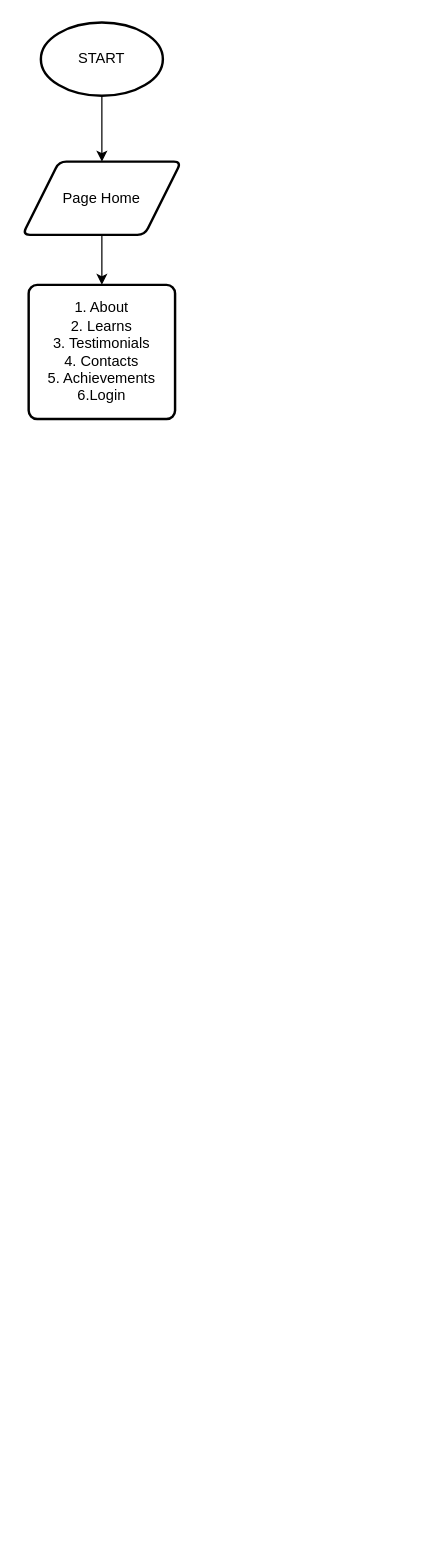
Earlier version of the draw.io diagram Syntax-Web.drawio (dapzz-id/DrawIO). Source tidied: cells renumbered, new cells numbered last; positions are measured from the earlier drawing's top-left corner, leaving out a move shared by most shapes. Both pictures are drawn from the tidied source at 122%, with x=0, y=0 at pixel (22, 22).
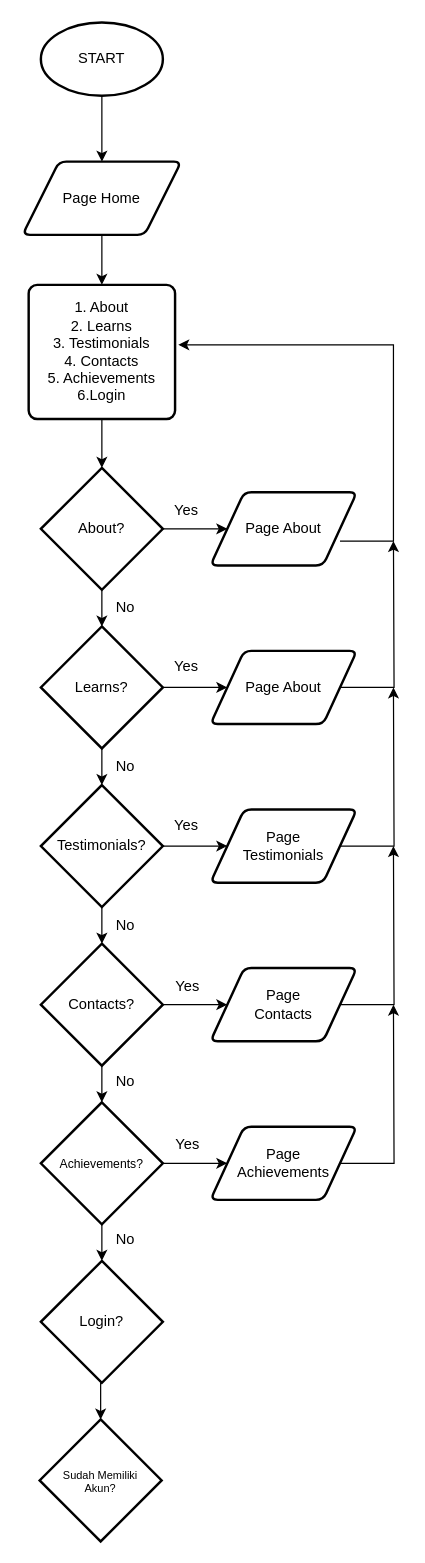
The same page after the edit.

The change refers to these unchanged cells:
```xml
<mxCell id="6" value="1. About&lt;div&gt;2. Learns&lt;/div&gt;&lt;div&gt;3. Testimonials&lt;/div&gt;&lt;div&gt;4. Contacts&lt;/div&gt;&lt;div&gt;5. Achievements&lt;/div&gt;&lt;div&gt;6.Login&lt;/div&gt;" style="rounded=1;whiteSpace=wrap;html=1;absoluteArcSize=1;arcSize=14;strokeWidth=2;" parent="1" vertex="1">
  <mxGeometry x="5" y="215" width="120" height="110" as="geometry" />
</mxCell>
```

Diff of the diagram source:
```diff
@@
+    <mxCell id="7" style="edgeStyle=orthogonalEdgeStyle;rounded=0;jettySize=auto;html=1;" parent="1" edge="1" source="6" target="10">
+      <mxGeometry relative="1" as="geometry" />
+    </mxCell>
@@
+    <mxCell id="8" style="edgeStyle=orthogonalEdgeStyle;rounded=0;jettySize=auto;html=1;" parent="1" edge="1" source="10" target="13">
+      <mxGeometry relative="1" as="geometry" />
+    </mxCell>
+    <mxCell id="9" style="edgeStyle=orthogonalEdgeStyle;rounded=0;jettySize=auto;html=1;exitX=1;exitY=0.5;exitDx=0;exitDy=0;exitPerimeter=0;entryX=0;entryY=0.5;entryDx=0;entryDy=0;" parent="1" edge="1" source="10" target="29">
+      <mxGeometry relative="1" as="geometry" />
+    </mxCell>
+    <mxCell id="10" value="About?" style="strokeWidth=2;html=1;shape=mxgraph.flowchart.decision;whiteSpace=wrap;" parent="1" vertex="1">
+      <mxGeometry x="15" y="365" width="100" height="100" as="geometry" />
+    </mxCell>
+    <mxCell id="11" style="edgeStyle=orthogonalEdgeStyle;rounded=0;jettySize=auto;html=1;" parent="1" edge="1" source="13" target="17">
+      <mxGeometry relative="1" as="geometry" />
+    </mxCell>
+    <mxCell id="12" style="edgeStyle=orthogonalEdgeStyle;rounded=0;jettySize=auto;html=1;exitX=1;exitY=0.5;exitDx=0;exitDy=0;exitPerimeter=0;entryX=0;entryY=0.5;entryDx=0;entryDy=0;" parent="1" edge="1" source="13" target="32">
+      <mxGeometry relative="1" as="geometry" />
+    </mxCell>
+    <mxCell id="13" value="Learns?" style="strokeWidth=2;html=1;shape=mxgraph.flowchart.decision;whiteSpace=wrap;" parent="1" vertex="1">
+      <mxGeometry x="15" y="495" width="100" height="100" as="geometry" />
+    </mxCell>
+    <mxCell id="14" value="No" style="text;html=1;align=center;verticalAlign=middle;strokeColor=none;fillColor=none;" parent="1" vertex="1">
+      <mxGeometry x="64" y="465" width="40" height="30" as="geometry" />
+    </mxCell>
+    <mxCell id="15" style="edgeStyle=orthogonalEdgeStyle;rounded=0;jettySize=auto;html=1;" parent="1" edge="1" source="17" target="21">
+      <mxGeometry relative="1" as="geometry" />
+    </mxCell>
+    <mxCell id="16" style="edgeStyle=orthogonalEdgeStyle;rounded=0;jettySize=auto;html=1;exitX=1;exitY=0.5;exitDx=0;exitDy=0;exitPerimeter=0;entryX=0;entryY=0.5;entryDx=0;entryDy=0;" parent="1" edge="1" source="17" target="34">
+      <mxGeometry relative="1" as="geometry" />
+    </mxCell>
+    <mxCell id="17" value="Testimonials?" style="strokeWidth=2;html=1;shape=mxgraph.flowchart.decision;whiteSpace=wrap;" parent="1" vertex="1">
+      <mxGeometry x="15" y="625" width="100" height="100" as="geometry" />
+    </mxCell>
+    <mxCell id="18" value="No" style="text;html=1;align=center;verticalAlign=middle;strokeColor=none;fillColor=none;" parent="1" vertex="1">
+      <mxGeometry x="64" y="595" width="40" height="30" as="geometry" />
+    </mxCell>
+    <mxCell id="19" style="edgeStyle=orthogonalEdgeStyle;rounded=0;jettySize=auto;html=1;" parent="1" edge="1" source="21" target="24">
+      <mxGeometry relative="1" as="geometry" />
+    </mxCell>
+    <mxCell id="20" style="edgeStyle=orthogonalEdgeStyle;rounded=0;jettySize=auto;html=1;exitX=1;exitY=0.5;exitDx=0;exitDy=0;exitPerimeter=0;" parent="1" edge="1" source="21" target="36">
+      <mxGeometry relative="1" as="geometry" />
+    </mxCell>
+    <mxCell id="21" value="Contacts?" style="strokeWidth=2;html=1;shape=mxgraph.flowchart.decision;whiteSpace=wrap;" parent="1" vertex="1">
+      <mxGeometry x="15" y="755" width="100" height="100" as="geometry" />
+    </mxCell>
+    <mxCell id="22" value="No" style="text;html=1;align=center;verticalAlign=middle;strokeColor=none;fillColor=none;" parent="1" vertex="1">
+      <mxGeometry x="64" y="725" width="40" height="30" as="geometry" />
+    </mxCell>
+    <mxCell id="23" style="edgeStyle=orthogonalEdgeStyle;rounded=0;jettySize=auto;html=1;exitX=1;exitY=0.5;exitDx=0;exitDy=0;exitPerimeter=0;entryX=0;entryY=0.5;entryDx=0;entryDy=0;" parent="1" edge="1" source="24" target="38">
+      <mxGeometry relative="1" as="geometry" />
+    </mxCell>
+    <mxCell id="24" value="&lt;font style=&quot;font-size: 10px;&quot;&gt;Achievements?&lt;/font&gt;" style="strokeWidth=2;html=1;shape=mxgraph.flowchart.decision;whiteSpace=wrap;" parent="1" vertex="1">
+      <mxGeometry x="15" y="885" width="100" height="100" as="geometry" />
+    </mxCell>
+    <mxCell id="25" value="No" style="text;html=1;align=center;verticalAlign=middle;strokeColor=none;fillColor=none;" parent="1" vertex="1">
+      <mxGeometry x="64" y="853" width="40" height="30" as="geometry" />
+    </mxCell>
+    <mxCell id="26" value="Login?" style="strokeWidth=2;html=1;shape=mxgraph.flowchart.decision;whiteSpace=wrap;" parent="1" vertex="1">
+      <mxGeometry x="15" y="1015" width="100" height="100" as="geometry" />
+    </mxCell>
+    <mxCell id="27" style="edgeStyle=orthogonalEdgeStyle;rounded=0;jettySize=auto;html=1;exitX=0.5;exitY=1;exitDx=0;exitDy=0;exitPerimeter=0;entryX=0.5;entryY=0;entryDx=0;entryDy=0;entryPerimeter=0;" parent="1" edge="1" source="24" target="26">
+      <mxGeometry relative="1" as="geometry" />
+    </mxCell>
+    <mxCell id="28" style="edgeStyle=elbowEdgeStyle;rounded=0;jettySize=auto;html=1;exitX=1;exitY=0.5;exitDx=0;exitDy=0;entryX=1.022;entryY=0.447;entryDx=0;entryDy=0;entryPerimeter=0;" parent="1" edge="1" target="6">
+      <mxGeometry relative="1" as="geometry">
+        <mxPoint x="260.2" y="425" as="sourcePoint" />
+        <Array as="points">
+          <mxPoint x="304" y="345" />
+        </Array>
+      </mxGeometry>
+    </mxCell>
+    <mxCell id="29" value="Page About" style="shape=parallelogram;html=1;strokeWidth=2;perimeter=parallelogramPerimeter;whiteSpace=wrap;rounded=1;arcSize=12;size=0.23;" parent="1" vertex="1">
+      <mxGeometry x="154" y="385" width="120" height="60" as="geometry" />
+    </mxCell>
+    <mxCell id="30" value="Yes" style="text;html=1;align=center;verticalAlign=middle;strokeColor=none;fillColor=none;" parent="1" vertex="1">
+      <mxGeometry x="114" y="385" width="40" height="30" as="geometry" />
+    </mxCell>
+    <mxCell id="31" style="edgeStyle=orthogonalEdgeStyle;rounded=0;jettySize=auto;html=1;exitX=1;exitY=0.5;exitDx=0;exitDy=0;" parent="1" edge="1" source="32">
+      <mxGeometry relative="1" as="geometry">
+        <mxPoint x="304" y="425" as="targetPoint" />
+      </mxGeometry>
+    </mxCell>
+    <mxCell id="32" value="Page About" style="shape=parallelogram;html=1;strokeWidth=2;perimeter=parallelogramPerimeter;whiteSpace=wrap;rounded=1;arcSize=12;size=0.23;" parent="1" vertex="1">
+      <mxGeometry x="154" y="515" width="120" height="60" as="geometry" />
+    </mxCell>
+    <mxCell id="33" style="edgeStyle=orthogonalEdgeStyle;rounded=0;jettySize=auto;html=1;exitX=1;exitY=0.5;exitDx=0;exitDy=0;" parent="1" edge="1" source="34">
+      <mxGeometry relative="1" as="geometry">
+        <mxPoint x="304" y="545" as="targetPoint" />
+      </mxGeometry>
+    </mxCell>
+    <mxCell id="34" value="Page&lt;div&gt;Testimonials&lt;/div&gt;" style="shape=parallelogram;html=1;strokeWidth=2;perimeter=parallelogramPerimeter;whiteSpace=wrap;rounded=1;arcSize=12;size=0.23;" parent="1" vertex="1">
+      <mxGeometry x="154" y="645" width="120" height="60" as="geometry" />
+    </mxCell>
+    <mxCell id="35" style="edgeStyle=orthogonalEdgeStyle;rounded=0;jettySize=auto;html=1;exitX=1;exitY=0.5;exitDx=0;exitDy=0;" parent="1" edge="1" source="36">
+      <mxGeometry relative="1" as="geometry">
+        <mxPoint x="304" y="675" as="targetPoint" />
+      </mxGeometry>
+    </mxCell>
+    <mxCell id="36" value="Page&lt;div&gt;Contacts&lt;/div&gt;" style="shape=parallelogram;html=1;strokeWidth=2;perimeter=parallelogramPerimeter;whiteSpace=wrap;rounded=1;arcSize=12;size=0.23;" parent="1" vertex="1">
+      <mxGeometry x="154" y="775" width="120" height="60" as="geometry" />
+    </mxCell>
+    <mxCell id="37" style="edgeStyle=orthogonalEdgeStyle;rounded=0;jettySize=auto;html=1;exitX=1;exitY=0.5;exitDx=0;exitDy=0;" parent="1" edge="1" source="38">
+      <mxGeometry relative="1" as="geometry">
+        <mxPoint x="304" y="805" as="targetPoint" />
+      </mxGeometry>
+    </mxCell>
+    <mxCell id="38" value="Page&lt;div&gt;Achievements&lt;/div&gt;" style="shape=parallelogram;html=1;strokeWidth=2;perimeter=parallelogramPerimeter;whiteSpace=wrap;rounded=1;arcSize=12;size=0.23;" parent="1" vertex="1">
+      <mxGeometry x="154" y="905" width="120" height="60" as="geometry" />
+    </mxCell>
+    <mxCell id="39" value="&lt;font style=&quot;font-size: 9px;&quot;&gt;Sudah Memiliki&lt;/font&gt;&lt;div style=&quot;font-size: 9px;&quot;&gt;&lt;font style=&quot;font-size: 9px;&quot;&gt;Akun?&lt;/font&gt;&lt;/div&gt;" style="strokeWidth=2;html=1;shape=mxgraph.flowchart.decision;whiteSpace=wrap;" parent="1" vertex="1">
+      <mxGeometry x="14" y="1145" width="100" height="100" as="geometry" />
+    </mxCell>
+    <mxCell id="40" style="edgeStyle=orthogonalEdgeStyle;rounded=0;jettySize=auto;html=1;exitX=0.5;exitY=1;exitDx=0;exitDy=0;exitPerimeter=0;entryX=0.5;entryY=0;entryDx=0;entryDy=0;entryPerimeter=0;" parent="1" edge="1" source="26" target="39">
+      <mxGeometry relative="1" as="geometry" />
+    </mxCell>
+    <mxCell id="41" value="No" style="text;html=1;align=center;verticalAlign=middle;strokeColor=none;fillColor=none;" parent="1" vertex="1">
+      <mxGeometry x="64" y="983" width="40" height="30" as="geometry" />
+    </mxCell>
+    <mxCell id="42" value="Yes" style="text;html=1;align=center;verticalAlign=middle;strokeColor=none;fillColor=none;" parent="1" vertex="1">
+      <mxGeometry x="114" y="513" width="40" height="30" as="geometry" />
+    </mxCell>
+    <mxCell id="43" value="Yes" style="text;html=1;align=center;verticalAlign=middle;strokeColor=none;fillColor=none;" parent="1" vertex="1">
+      <mxGeometry x="114" y="643" width="40" height="30" as="geometry" />
+    </mxCell>
+    <mxCell id="44" value="Yes" style="text;html=1;align=center;verticalAlign=middle;strokeColor=none;fillColor=none;" parent="1" vertex="1">
+      <mxGeometry x="115" y="775" width="40" height="30" as="geometry" />
+    </mxCell>
+    <mxCell id="45" value="Yes" style="text;html=1;align=center;verticalAlign=middle;strokeColor=none;fillColor=none;" parent="1" vertex="1">
+      <mxGeometry x="115" y="905" width="40" height="30" as="geometry" />
+    </mxCell>
```
